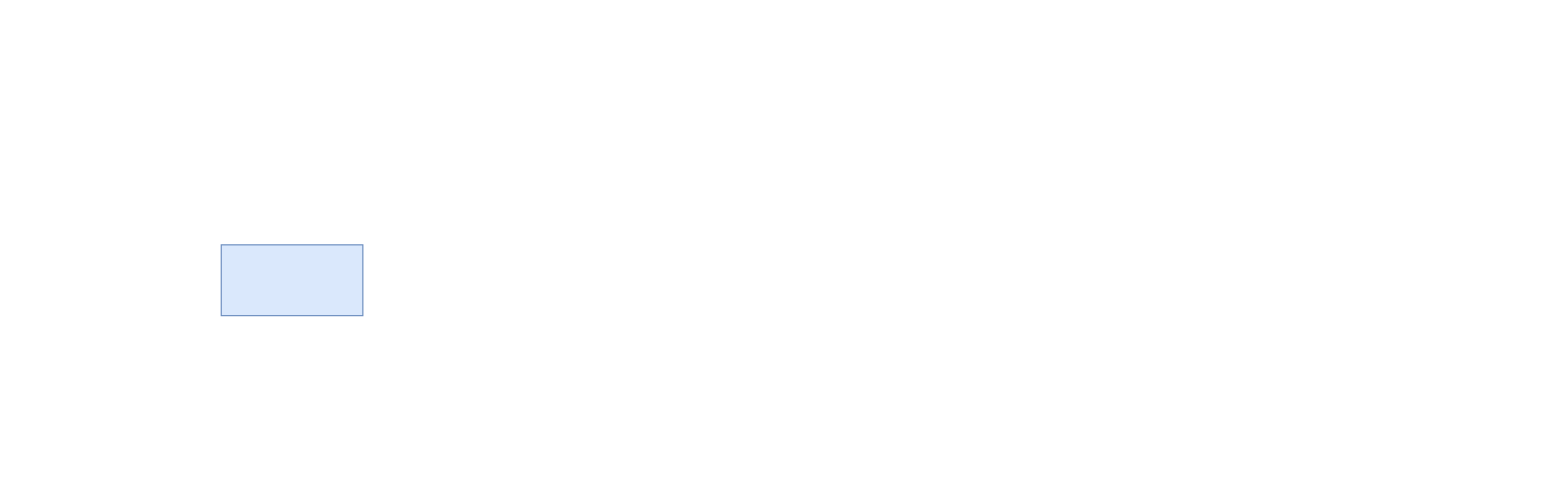
zhonggu/drawio keeps this draw.io diagram as 未命名绘图.drawio. Above is the earlier version. Source tidied: cells renumbered, new cells numbered last; positions are measured from the earlier drawing's top-left corner, leaving out a move shared by most shapes. Both pictures are drawn from the tidied source at 118%, with x=0, y=0 at pixel (221, 244).
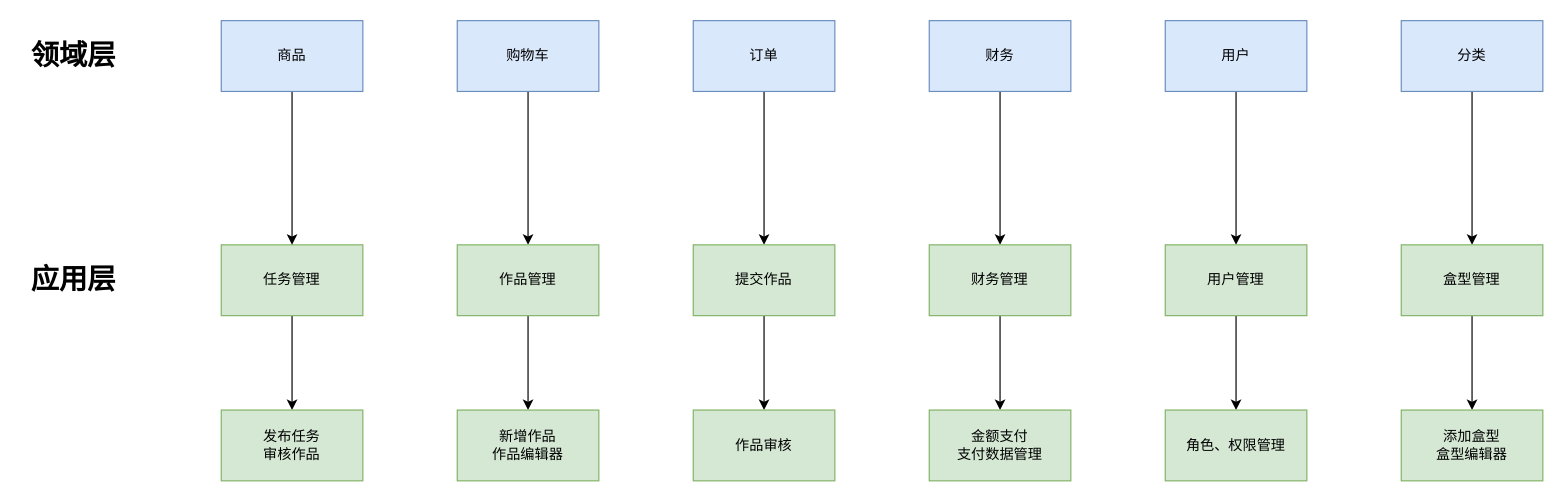
After the change.

Change to the diagram source:
```diff
@@
+    <mxCell id="3" style="edgeStyle=orthogonalEdgeStyle;rounded=0;jettySize=auto;html=1;" parent="1" edge="1" source="2" target="24">
+      <mxGeometry relative="1" as="geometry" />
+    </mxCell>
-    <mxCell id="2" style="rounded=0;whiteSpace=wrap;html=1;fillColor=#dae8fc;strokeColor=#6c8ebf;" parent="1" vertex="1">
+    <mxCell id="2" value="任务管理" style="rounded=0;whiteSpace=wrap;html=1;fillColor=#d5e8d4;strokeColor=#82b366;" parent="1" vertex="1">
       <mxGeometry width="120" height="60" as="geometry" />
     </mxCell>
+    <mxCell id="4" value="&lt;h1&gt;应用层&lt;/h1&gt;" style="text;html=1;strokeColor=none;fillColor=none;align=center;verticalAlign=middle;whiteSpace=wrap;rounded=0;" parent="1" vertex="1">
+      <mxGeometry x="-170" y="10" width="90" height="40" as="geometry" />
+    </mxCell>
+    <mxCell id="5" value="&lt;h1&gt;领域层&lt;/h1&gt;" style="text;html=1;strokeColor=none;fillColor=none;align=center;verticalAlign=middle;whiteSpace=wrap;rounded=0;" parent="1" vertex="1">
+      <mxGeometry x="-170" y="-180" width="90" height="40" as="geometry" />
+    </mxCell>
+    <mxCell id="6" style="edgeStyle=orthogonalEdgeStyle;rounded=0;jettySize=auto;html=1;" parent="1" edge="1" source="7" target="2">
+      <mxGeometry relative="1" as="geometry" />
+    </mxCell>
+    <mxCell id="7" value="商品" style="rounded=0;whiteSpace=wrap;html=1;fillColor=#dae8fc;strokeColor=#6c8ebf;" parent="1" vertex="1">
+      <mxGeometry y="-190" width="120" height="60" as="geometry" />
+    </mxCell>
+    <mxCell id="8" style="edgeStyle=orthogonalEdgeStyle;rounded=0;jettySize=auto;html=1;" parent="1" edge="1" source="9" target="17">
+      <mxGeometry relative="1" as="geometry" />
+    </mxCell>
+    <mxCell id="9" value="订单" style="rounded=0;whiteSpace=wrap;html=1;fillColor=#dae8fc;strokeColor=#6c8ebf;" parent="1" vertex="1">
+      <mxGeometry x="400" y="-190" width="120" height="60" as="geometry" />
+    </mxCell>
+    <mxCell id="10" style="edgeStyle=orthogonalEdgeStyle;rounded=0;jettySize=auto;html=1;entryX=0.5;entryY=0;entryDx=0;entryDy=0;" parent="1" edge="1" source="11" target="19">
+      <mxGeometry relative="1" as="geometry" />
+    </mxCell>
+    <mxCell id="11" value="财务" style="rounded=0;whiteSpace=wrap;html=1;fillColor=#dae8fc;strokeColor=#6c8ebf;" parent="1" vertex="1">
+      <mxGeometry x="600" y="-190" width="120" height="60" as="geometry" />
+    </mxCell>
+    <mxCell id="12" style="edgeStyle=orthogonalEdgeStyle;rounded=0;jettySize=auto;html=1;entryX=0.5;entryY=0;entryDx=0;entryDy=0;" parent="1" edge="1" source="13" target="21">
+      <mxGeometry relative="1" as="geometry" />
+    </mxCell>
+    <mxCell id="13" value="用户" style="rounded=0;whiteSpace=wrap;html=1;fillColor=#dae8fc;strokeColor=#6c8ebf;" parent="1" vertex="1">
+      <mxGeometry x="800" y="-190" width="120" height="60" as="geometry" />
+    </mxCell>
+    <mxCell id="14" style="edgeStyle=orthogonalEdgeStyle;rounded=0;jettySize=auto;html=1;entryX=0.5;entryY=0;entryDx=0;entryDy=0;" parent="1" edge="1" source="15" target="23">
+      <mxGeometry relative="1" as="geometry" />
+    </mxCell>
+    <mxCell id="15" value="分类" style="rounded=0;whiteSpace=wrap;html=1;fillColor=#dae8fc;strokeColor=#6c8ebf;" parent="1" vertex="1">
+      <mxGeometry x="1000" y="-190" width="120" height="60" as="geometry" />
+    </mxCell>
+    <mxCell id="16" style="edgeStyle=orthogonalEdgeStyle;rounded=0;jettySize=auto;html=1;" parent="1" edge="1" source="17" target="26">
+      <mxGeometry relative="1" as="geometry" />
+    </mxCell>
+    <mxCell id="17" value="提交作品" style="rounded=0;whiteSpace=wrap;html=1;fillColor=#d5e8d4;strokeColor=#82b366;" parent="1" vertex="1">
+      <mxGeometry x="400" width="120" height="60" as="geometry" />
+    </mxCell>
+    <mxCell id="18" style="edgeStyle=orthogonalEdgeStyle;rounded=0;jettySize=auto;html=1;" parent="1" edge="1" source="19" target="32">
+      <mxGeometry relative="1" as="geometry" />
+    </mxCell>
+    <mxCell id="19" value="财务管理" style="rounded=0;whiteSpace=wrap;html=1;fillColor=#d5e8d4;strokeColor=#82b366;" parent="1" vertex="1">
+      <mxGeometry x="600" width="120" height="60" as="geometry" />
+    </mxCell>
+    <mxCell id="20" style="edgeStyle=orthogonalEdgeStyle;rounded=0;jettySize=auto;html=1;" parent="1" edge="1" source="21" target="33">
+      <mxGeometry relative="1" as="geometry" />
+    </mxCell>
+    <mxCell id="21" value="用户管理" style="rounded=0;whiteSpace=wrap;html=1;fillColor=#d5e8d4;strokeColor=#82b366;" parent="1" vertex="1">
+      <mxGeometry x="800" width="120" height="60" as="geometry" />
+    </mxCell>
+    <mxCell id="22" style="edgeStyle=orthogonalEdgeStyle;rounded=0;jettySize=auto;html=1;" parent="1" edge="1" source="23" target="34">
+      <mxGeometry relative="1" as="geometry" />
+    </mxCell>
+    <mxCell id="23" value="盒型管理" style="rounded=0;whiteSpace=wrap;html=1;fillColor=#d5e8d4;strokeColor=#82b366;" parent="1" vertex="1">
+      <mxGeometry x="1000" width="120" height="60" as="geometry" />
+    </mxCell>
+    <mxCell id="24" value="发布任务&lt;br&gt;审核作品" style="rounded=0;whiteSpace=wrap;html=1;fillColor=#d5e8d4;strokeColor=#82b366;" parent="1" vertex="1">
+      <mxGeometry y="140" width="120" height="60" as="geometry" />
+    </mxCell>
+    <mxCell id="25" style="edgeStyle=orthogonalEdgeStyle;rounded=0;orthogonalLoop=1;jettySize=auto;html=1;exitX=0.5;exitY=1;exitDx=0;exitDy=0;" parent="1" edge="1" source="2" target="2">
+      <mxGeometry relative="1" as="geometry" />
+    </mxCell>
+    <mxCell id="26" value="作品审核" style="rounded=0;whiteSpace=wrap;html=1;fillColor=#d5e8d4;strokeColor=#82b366;" parent="1" vertex="1">
+      <mxGeometry x="400" y="140" width="120" height="60" as="geometry" />
+    </mxCell>
+    <mxCell id="27" style="edgeStyle=orthogonalEdgeStyle;rounded=0;jettySize=auto;html=1;" parent="1" edge="1" source="28" target="30">
+      <mxGeometry relative="1" as="geometry" />
+    </mxCell>
+    <mxCell id="28" value="购物车" style="rounded=0;whiteSpace=wrap;html=1;fillColor=#dae8fc;strokeColor=#6c8ebf;" parent="1" vertex="1">
+      <mxGeometry x="200" y="-190" width="120" height="60" as="geometry" />
+    </mxCell>
+    <mxCell id="29" style="edgeStyle=orthogonalEdgeStyle;rounded=0;jettySize=auto;html=1;" parent="1" edge="1" source="30" target="31">
+      <mxGeometry relative="1" as="geometry" />
+    </mxCell>
+    <mxCell id="30" value="作品管理" style="rounded=0;whiteSpace=wrap;html=1;fillColor=#d5e8d4;strokeColor=#82b366;" parent="1" vertex="1">
+      <mxGeometry x="200" width="120" height="60" as="geometry" />
+    </mxCell>
+    <mxCell id="31" value="新增作品&lt;br&gt;作品编辑器&lt;br&gt;" style="rounded=0;whiteSpace=wrap;html=1;fillColor=#d5e8d4;strokeColor=#82b366;" parent="1" vertex="1">
+      <mxGeometry x="200" y="140" width="120" height="60" as="geometry" />
+    </mxCell>
+    <mxCell id="32" value="金额支付&lt;br&gt;支付数据管理" style="rounded=0;whiteSpace=wrap;html=1;fillColor=#d5e8d4;strokeColor=#82b366;" parent="1" vertex="1">
+      <mxGeometry x="600" y="140" width="120" height="60" as="geometry" />
+    </mxCell>
+    <mxCell id="33" value="角色、权限管理" style="rounded=0;whiteSpace=wrap;html=1;fillColor=#d5e8d4;strokeColor=#82b366;" parent="1" vertex="1">
+      <mxGeometry x="800" y="140" width="120" height="60" as="geometry" />
+    </mxCell>
+    <mxCell id="34" value="添加盒型&lt;br&gt;盒型编辑器" style="rounded=0;whiteSpace=wrap;html=1;fillColor=#d5e8d4;strokeColor=#82b366;" parent="1" vertex="1">
+      <mxGeometry x="1000" y="140" width="120" height="60" as="geometry" />
+    </mxCell>
```
